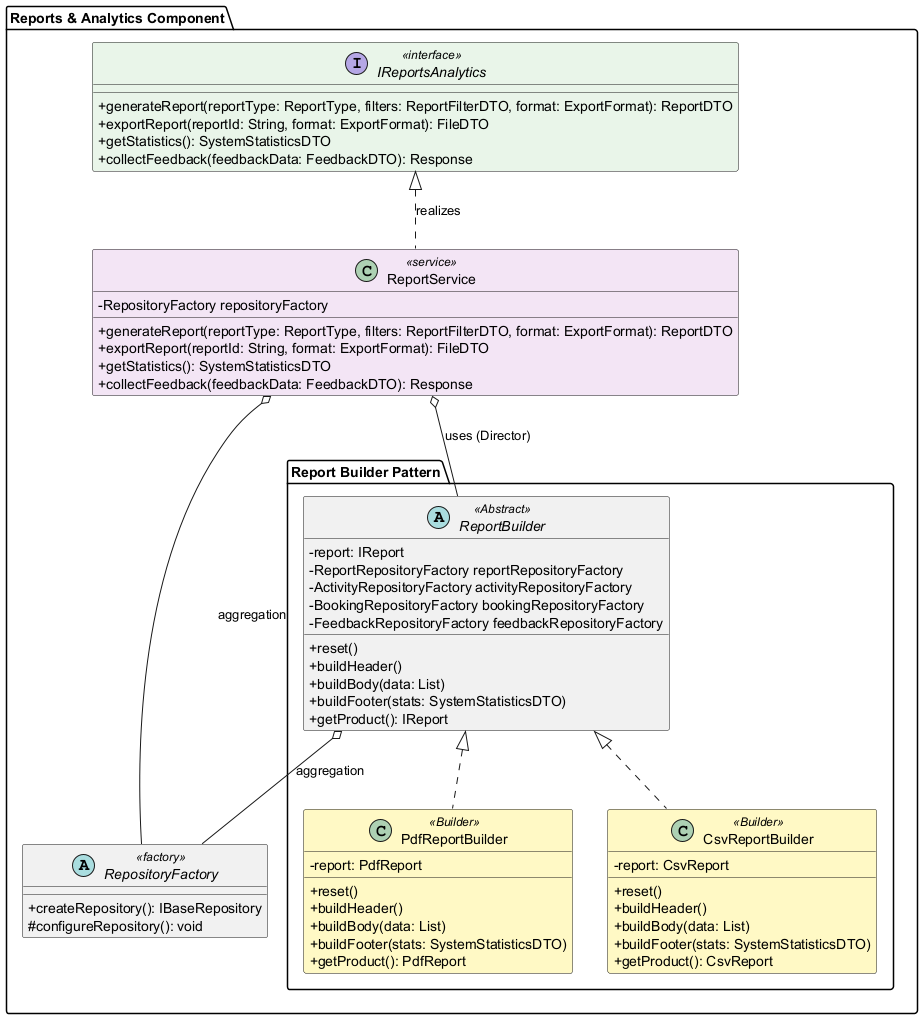
Before: Milestones/PM_3/Class Diagram/After DP/png/Reports_Analytics_layer.png, a diagram exported from PlantUML (AIU-SoftWave/AIU-Trips-And-Events).
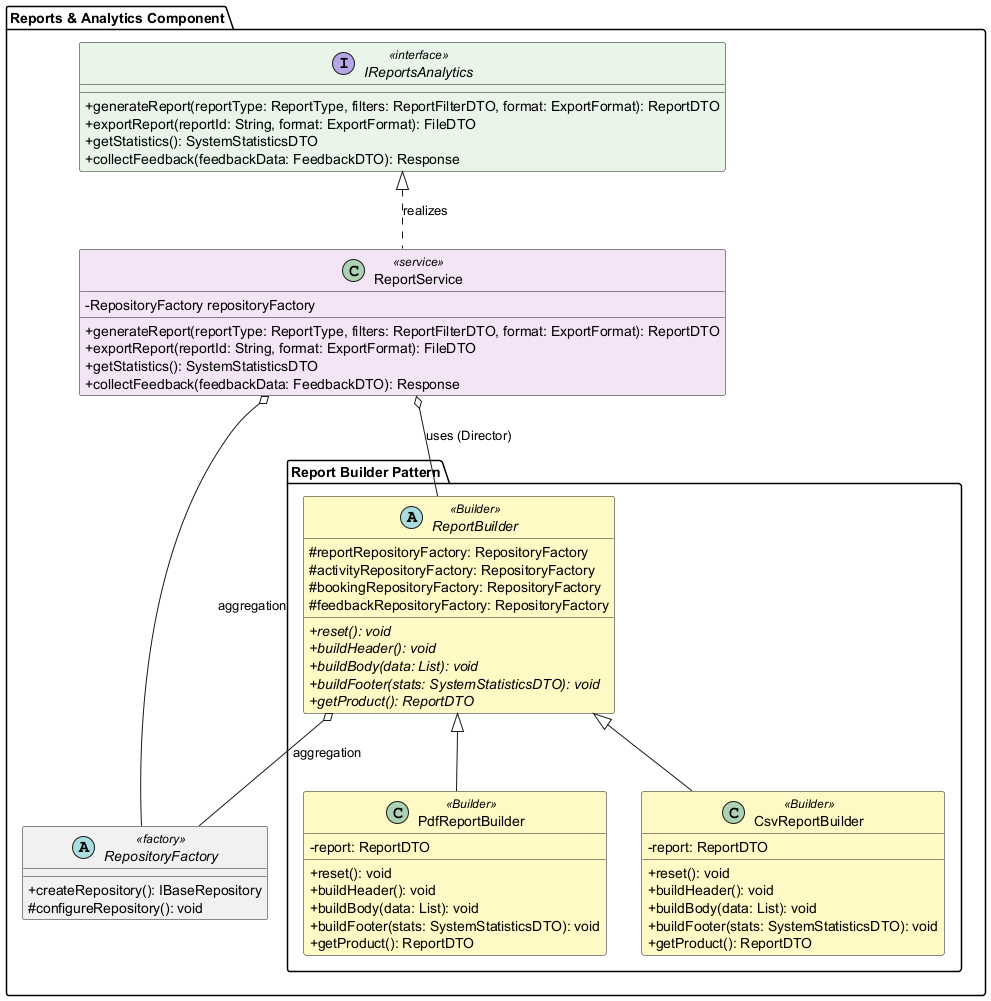
After the commit.

Commit message:
Refactor repository structure: added Repo Factory layer and removed obsolete Repository Layer; updated method signatures for consistency.

What changed in the source:
```diff
@@ -43,40 +43,39 @@
             BackgroundColor<<Builder>> BUILDER_COLOR
         }
 
-        Abstract ReportBuilder <<Abstract>> {
-            -report: IReport
-            -ReportRepositoryFactory reportRepositoryFactory
-            -ActivityRepositoryFactory activityRepositoryFactory
-            -BookingRepositoryFactory bookingRepositoryFactory
-            -FeedbackRepositoryFactory feedbackRepositoryFactory
-            +reset()
-            +buildHeader()
-            +buildBody(data: List)
-            +buildFooter(stats: SystemStatisticsDTO)
-            +getProduct(): IReport
+        abstract class ReportBuilder <<Builder>> {
+            #reportRepositoryFactory: RepositoryFactory
+            #activityRepositoryFactory: RepositoryFactory
+            #bookingRepositoryFactory: RepositoryFactory
+            #feedbackRepositoryFactory: RepositoryFactory
+            +{abstract} reset(): void
+            +{abstract} buildHeader(): void
+            +{abstract} buildBody(data: List): void
+            +{abstract} buildFooter(stats: SystemStatisticsDTO): void
+            +{abstract} getProduct(): ReportDTO
         }
 
 
         class PdfReportBuilder <<Builder>> {
-            -report: PdfReport
-            +reset()
-            +buildHeader()
-            +buildBody(data: List)
-            +buildFooter(stats: SystemStatisticsDTO)
-            +getProduct(): PdfReport
+            -report: ReportDTO
+            +reset(): void
+            +buildHeader(): void
+            +buildBody(data: List): void
+            +buildFooter(stats: SystemStatisticsDTO): void
+            +getProduct(): ReportDTO
         }
 
         class CsvReportBuilder <<Builder>> {
-            -report: CsvReport
-            +reset()
-            +buildHeader()
-            +buildBody(data: List)
-            +buildFooter(stats: SystemStatisticsDTO)
-            +getProduct(): CsvReport
+            -report: ReportDTO
+            +reset(): void
+            +buildHeader(): void
+            +buildBody(data: List): void
+            +buildFooter(stats: SystemStatisticsDTO): void
+            +getProduct(): ReportDTO
         }
 
-        ReportBuilder <|.. PdfReportBuilder
-        ReportBuilder <|.. CsvReportBuilder
+        ReportBuilder <|-- PdfReportBuilder
+        ReportBuilder <|-- CsvReportBuilder
 
         ReportBuilder o-- RepositoryFactory : aggregation
     }
```
